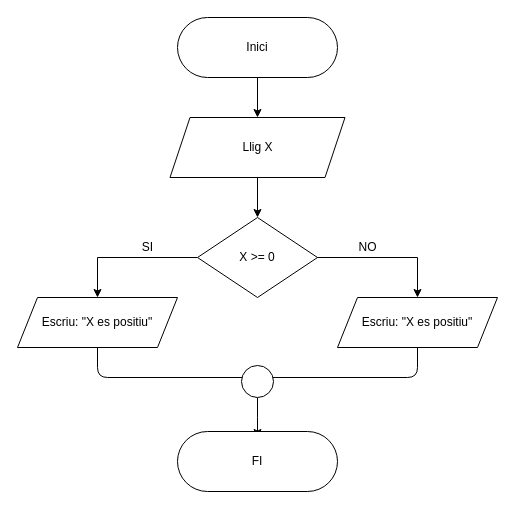
The draw.io diagram page "Page-1" (1 of 2) of Programacion/Diagrama_flux/ex12.drawio in edav03/1DAW, before the edit. Source tidied: cells renumbered, new cells numbered last; positions are measured from the earlier drawing's top-left corner, leaving out a move shared by most shapes. Both pictures are drawn from the tidied source at 100%, with x=0, y=0 at pixel (17, 17).
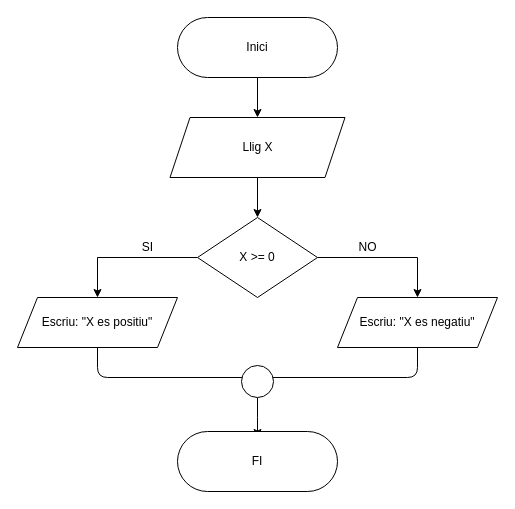
After the change.

What changed in the source:
```diff
@@
-    <mxCell id="12" value="Escriu: &quot;X es positiu&quot;" style="shape=parallelogram;perimeter=parallelogramPerimeter;whiteSpace=wrap;html=1;fixedSize=1;" parent="1" vertex="1">
+    <mxCell id="12" value="Escriu: &quot;X es negatiu&quot;" style="shape=parallelogram;perimeter=parallelogramPerimeter;whiteSpace=wrap;html=1;fixedSize=1;" parent="1" vertex="1">
       <mxGeometry x="320" y="280" width="160" height="50" as="geometry" />
     </mxCell>
```
